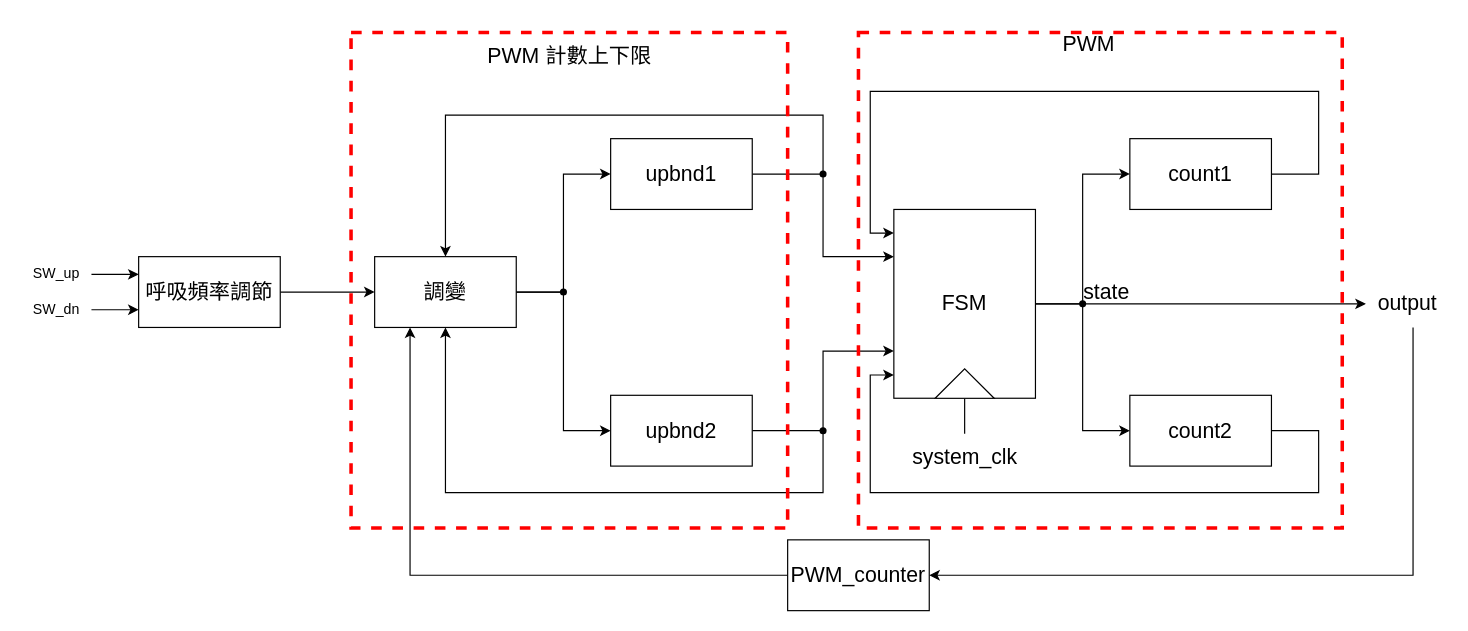
The draw.io diagram page "架構圖" (4 of 4) of S4/未命名圖表1.drawio in wsy0331/SOC-Lab, before the edit. Source tidied: cells renumbered, new cells numbered last; positions are measured from the earlier drawing's top-left corner, leaving out a move shared by most shapes. Both pictures are drawn from the tidied source at 118%, with x=0, y=0 at pixel (20, 20).
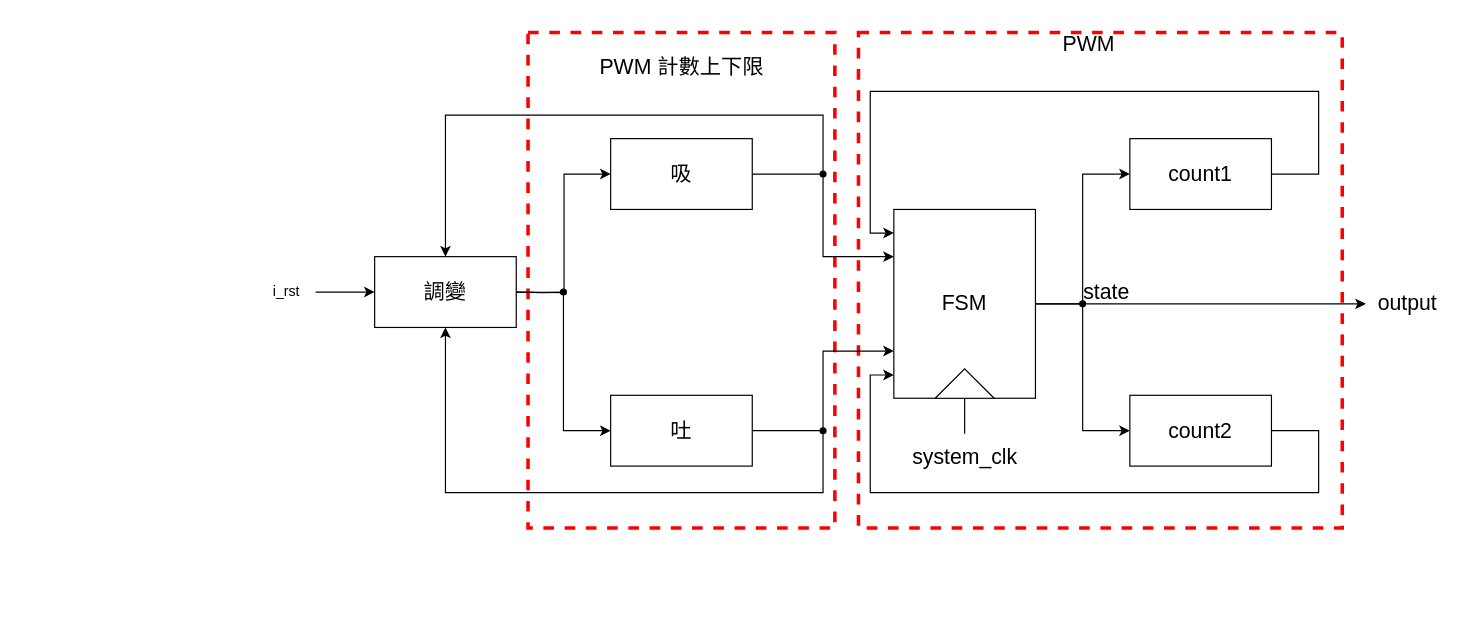
The same page after the edit.

Unchanged cells that the change refers to:
```xml
<mxCell id="24" style="shape=waypoint;sketch=0;size=6;points=[];fillColor=none;perimeter=centerPerimeter;snapToPoint=1;" parent="1" vertex="1">
  <mxGeometry x="670" y="337.5" width="20" height="20" as="geometry" />
</mxCell>
<mxCell id="29" value="&lt;font style=&quot;font-size: 18px;&quot;&gt;output&lt;/font&gt;" style="text;html=1;align=center;verticalAlign=middle;points=[];strokeColor=none;fillColor=none;" parent="1" vertex="1">
  <mxGeometry x="1140" y="220" width="70" height="40" as="geometry" />
</mxCell>
<mxCell id="33" style="shape=waypoint;sketch=0;size=6;points=[];fillColor=none;perimeter=centerPerimeter;snapToPoint=1;" parent="1" vertex="1">
  <mxGeometry x="450" y="220" width="20" height="20" as="geometry" />
</mxCell>
```

Diff of the diagram source:
```diff
@@
-    <mxCell id="2" style="edgeStyle=orthogonalEdgeStyle;rounded=0;jettySize=auto;html=1;exitX=1;exitY=0.5;exitDx=0;exitDy=0;entryX=0;entryY=0.5;entryDx=0;entryDy=0;" parent="1" edge="1" source="3" target="6">
-      <mxGeometry relative="1" as="geometry" />
-    </mxCell>
+    <mxCell id="40" style="rounded=0;whiteSpace=wrap;html=1;fillColor=none;dashed=1;strokeColor=#FF0000;strokeWidth=3;" parent="1" vertex="1">
+      <mxGeometry x="710" y="10" width="410" height="420" as="geometry" />
+    </mxCell>
+    <mxCell id="38" style="rounded=0;whiteSpace=wrap;html=1;fillColor=none;dashed=1;strokeColor=#FF0000;strokeWidth=3;" parent="1" vertex="1">
+      <mxGeometry x="430" y="10" width="260" height="420" as="geometry" />
+    </mxCell>
-    <mxCell id="3" value="&lt;font style=&quot;font-size: 18px;&quot;&gt;呼吸頻率調節&lt;/font&gt;" style="rounded=0;whiteSpace=wrap;html=1;" parent="1" vertex="1">
-      <mxGeometry x="100" y="200" width="120" height="60" as="geometry" />
+    <mxCell id="3" value="&lt;span style=&quot;font-size: 18px;&quot;&gt;調變&lt;/span&gt;" style="rounded=0;whiteSpace=wrap;html=1;" parent="1" vertex="1">
+      <mxGeometry x="300" y="200" width="120" height="60" as="geometry" />
     </mxCell>
-    <mxCell id="4" style="edgeStyle=orthogonalEdgeStyle;rounded=0;jettySize=auto;html=1;exitX=1;exitY=0.5;exitDx=0;exitDy=0;entryX=0;entryY=0.5;entryDx=0;entryDy=0;" parent="1" edge="1" source="6" target="10">
-      <mxGeometry relative="1" as="geometry" />
+    <mxCell id="4" style="edgeStyle=orthogonalEdgeStyle;rounded=0;jettySize=auto;html=1;exitX=1;exitY=0.5;exitDx=0;exitDy=0;entryX=0;entryY=0.5;entryDx=0;entryDy=0;" parent="1" edge="1" target="10">
+      <mxGeometry relative="1" as="geometry">
+        <mxPoint x="420" y="230" as="sourcePoint" />
+      </mxGeometry>
     </mxCell>
@@
-    <mxCell id="6" value="&lt;font style=&quot;font-size: 18px;&quot;&gt;調變&lt;/font&gt;" style="rounded=0;whiteSpace=wrap;html=1;strokeColor=default;fillColor=default;gradientColor=none;" parent="1" vertex="1">
-      <mxGeometry x="300" y="200" width="120" height="60" as="geometry" />
-    </mxCell>
-    <mxCell id="7" style="edgeStyle=orthogonalEdgeStyle;rounded=0;jettySize=auto;html=1;exitX=0;exitY=0.5;exitDx=0;exitDy=0;entryX=0.25;entryY=1;entryDx=0;entryDy=0;" parent="1" edge="1" source="8" target="6">
-      <mxGeometry relative="1" as="geometry" />
-    </mxCell>
-    <mxCell id="8" value="&lt;font style=&quot;font-size: 18px;&quot;&gt;PWM_counter&lt;/font&gt;" style="rounded=0;whiteSpace=wrap;html=1;" parent="1" vertex="1">
-      <mxGeometry x="650" y="440" width="120" height="60" as="geometry" />
-    </mxCell>
@@
-    <mxCell id="10" value="&lt;font style=&quot;font-size: 18px;&quot;&gt;upbnd1&lt;/font&gt;" style="rounded=0;whiteSpace=wrap;html=1;" parent="1" vertex="1">
+    <mxCell id="10" value="&lt;span style=&quot;font-size: 18px;&quot;&gt;吸&lt;/span&gt;" style="rounded=0;whiteSpace=wrap;html=1;" parent="1" vertex="1">
       <mxGeometry x="500" y="100" width="120" height="60" as="geometry" />
     </mxCell>
@@
-    <mxCell id="12" value="&lt;font style=&quot;font-size: 18px;&quot;&gt;upbnd2&lt;/font&gt;" style="rounded=0;whiteSpace=wrap;html=1;" parent="1" vertex="1">
+    <mxCell id="12" value="&lt;span style=&quot;font-size: 18px;&quot;&gt;吐&lt;/span&gt;" style="rounded=0;whiteSpace=wrap;html=1;" parent="1" vertex="1">
       <mxGeometry x="500" y="317.5" width="120" height="60" as="geometry" />
     </mxCell>
@@
-    <mxCell id="21" style="edgeStyle=none;jettySize=auto;html=1;rounded=0;entryX=0.5;entryY=0;entryDx=0;entryDy=0;" parent="1" edge="1" target="6">
+    <mxCell id="21" style="edgeStyle=none;orthogonalLoop=1;jettySize=auto;html=1;rounded=0;entryX=0.5;entryY=0;entryDx=0;entryDy=0;" parent="1" edge="1">
       <mxGeometry relative="1" as="geometry">
         <mxPoint x="680" y="130" as="sourcePoint" />
+        <mxPoint x="360" y="200" as="targetPoint" />
         <Array as="points">
           <mxPoint x="680" y="80" />
           <mxPoint x="360" y="80" />
         </Array>
       </mxGeometry>
     </mxCell>
@@
-    <mxCell id="23" style="edgeStyle=orthogonalEdgeStyle;rounded=0;jettySize=auto;html=1;entryX=0.5;entryY=1;entryDx=0;entryDy=0;" parent="1" edge="1" source="24" target="6">
+    <mxCell id="23" style="edgeStyle=orthogonalEdgeStyle;rounded=0;jettySize=auto;html=1;entryX=0.5;entryY=1;entryDx=0;entryDy=0;" parent="1" edge="1" source="24">
       <mxGeometry relative="1" as="geometry">
+        <mxPoint x="360" y="260" as="targetPoint" />
         <Array as="points">
           <mxPoint x="680" y="400" />
           <mxPoint x="360" y="400" />
         </Array>
       </mxGeometry>
     </mxCell>
@@
-    <mxCell id="28" style="edgeStyle=orthogonalEdgeStyle;rounded=0;jettySize=auto;html=1;entryX=1;entryY=0.5;entryDx=0;entryDy=0;" parent="1" edge="1" source="29" target="8">
-      <mxGeometry relative="1" as="geometry">
-        <Array as="points">
-          <mxPoint x="1180" y="470" />
-        </Array>
-      </mxGeometry>
-    </mxCell>
@@
-    <mxCell id="32" style="edgeStyle=orthogonalEdgeStyle;rounded=0;jettySize=auto;html=1;exitX=1;exitY=0.5;exitDx=0;exitDy=0;entryDx=0;entryDy=0;endArrow=none;endFill=0;" parent="1" edge="1" source="6" target="33">
-      <mxGeometry relative="1" as="geometry" />
+    <mxCell id="32" style="edgeStyle=orthogonalEdgeStyle;rounded=0;jettySize=auto;html=1;exitX=1;exitY=0.5;exitDx=0;exitDy=0;entryDx=0;entryDy=0;endArrow=none;endFill=0;" parent="1" edge="1" target="33">
+      <mxGeometry relative="1" as="geometry">
+        <mxPoint x="420" y="230" as="sourcePoint" />
+      </mxGeometry>
     </mxCell>
@@
-    <mxCell id="34" style="edgeStyle=orthogonalEdgeStyle;rounded=0;jettySize=auto;html=1;entryX=0;entryY=0.25;entryDx=0;entryDy=0;" parent="1" edge="1" source="35" target="3">
-      <mxGeometry relative="1" as="geometry" />
-    </mxCell>
-    <mxCell id="35" value="SW_up" style="text;html=1;align=center;verticalAlign=middle;points=[];strokeColor=none;fillColor=none;" parent="1" vertex="1">
-      <mxGeometry y="200" width="60" height="30" as="geometry" />
-    </mxCell>
-    <mxCell id="36" style="edgeStyle=orthogonalEdgeStyle;rounded=0;jettySize=auto;html=1;entryX=0;entryY=0.75;entryDx=0;entryDy=0;" parent="1" edge="1" source="37" target="3">
-      <mxGeometry relative="1" as="geometry" />
+    <mxCell id="36" style="edgeStyle=orthogonalEdgeStyle;rounded=0;jettySize=auto;html=1;" parent="1" edge="1" source="37">
+      <mxGeometry relative="1" as="geometry">
+        <mxPoint x="300" y="230" as="targetPoint" />
+        <Array as="points">
+          <mxPoint x="260" y="230" />
+          <mxPoint x="260" y="230" />
+        </Array>
+      </mxGeometry>
     </mxCell>
-    <mxCell id="37" value="SW_dn" style="text;html=1;align=center;verticalAlign=middle;points=[];strokeColor=none;fillColor=none;" parent="1" vertex="1">
-      <mxGeometry y="230" width="60" height="30" as="geometry" />
+    <mxCell id="37" value="i_rst" style="text;html=1;align=center;verticalAlign=middle;points=[];strokeColor=none;fillColor=none;" parent="1" vertex="1">
+      <mxGeometry x="200" y="215" width="50" height="30" as="geometry" />
     </mxCell>
-    <mxCell id="38" style="rounded=0;whiteSpace=wrap;html=1;fillColor=none;dashed=1;strokeColor=#FF0000;strokeWidth=3;" parent="1" vertex="1">
-      <mxGeometry x="280" y="10" width="370" height="420" as="geometry" />
-    </mxCell>
@@
-    <mxCell id="40" style="rounded=0;whiteSpace=wrap;html=1;fillColor=none;dashed=1;strokeColor=#FF0000;strokeWidth=3;" parent="1" vertex="1">
-      <mxGeometry x="710" y="10" width="410" height="420" as="geometry" />
-    </mxCell>
     <mxCell id="41" value="&lt;font style=&quot;font-size: 18px;&quot;&gt;PWM 計數上下限&lt;/font&gt;" style="text;html=1;align=center;verticalAlign=middle;strokeColor=none;fillColor=none;" parent="1" vertex="1">
-      <mxGeometry x="385" y="10" width="160" height="40" as="geometry" />
+      <mxGeometry x="480" y="20" width="160" height="40" as="geometry" />
     </mxCell>
```
